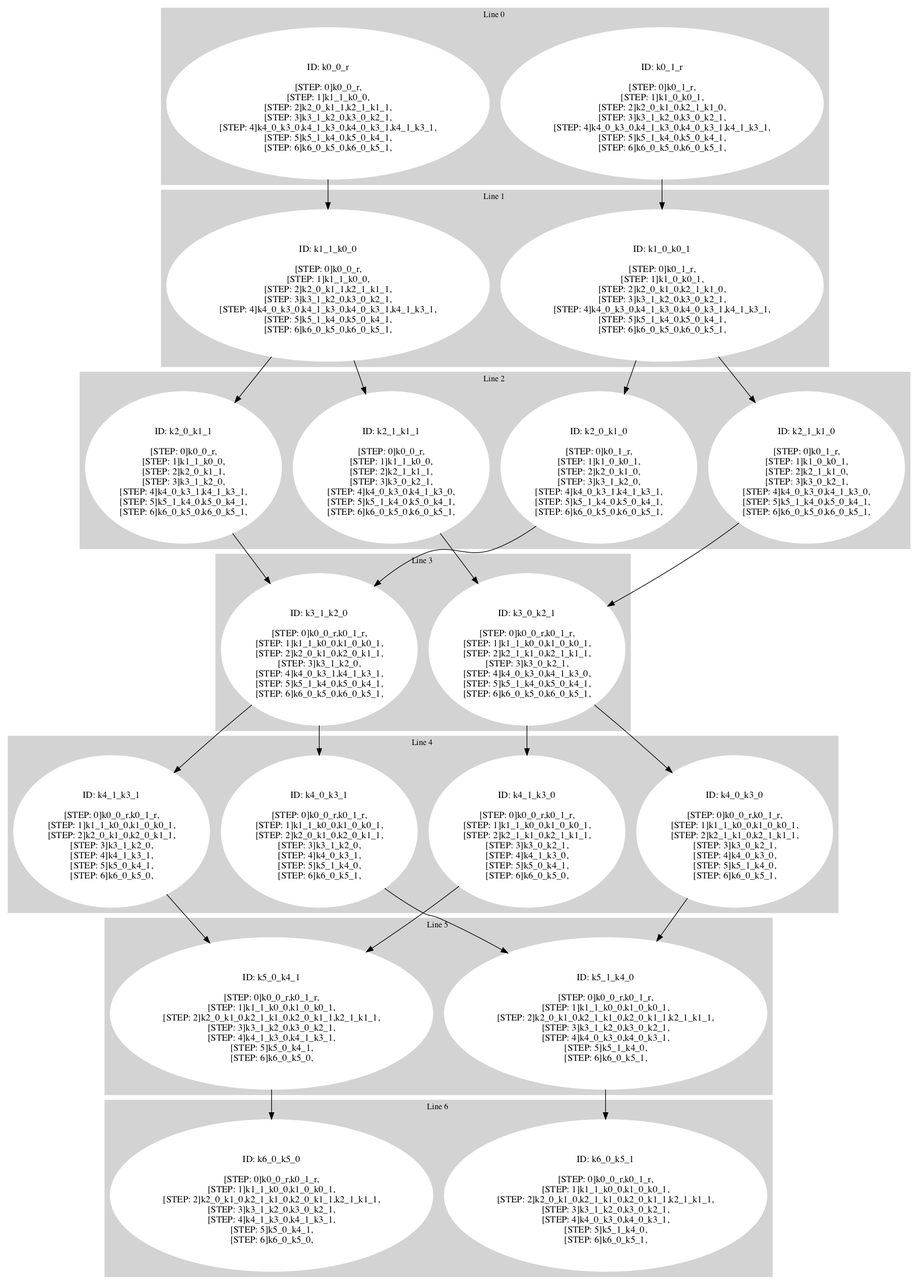
This is test_visual/sat_machine_simple_init.png from ricardombiot/3sat_machine_original_rs, a Graphviz export, as it was before one commit. Its source is kept beside it as test_visual/sat_machine_simple_init.dot.
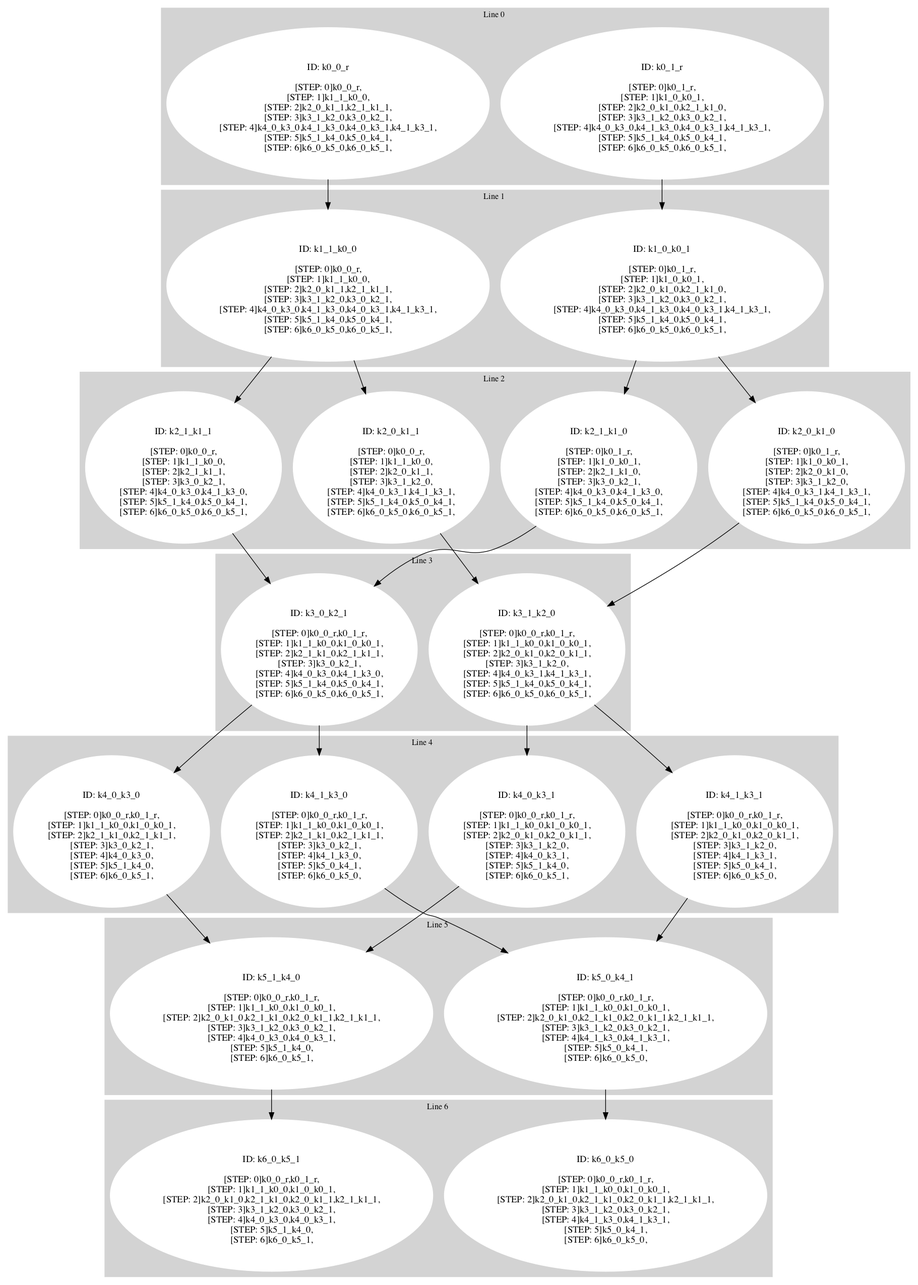
Later version of the same file.

Change to the diagram source:
```diff
@@ -28,18 +28,18 @@
  style=filled;
  color=lightgrey;
      node [style=filled,color=white];
-k1_1_k0_0 [label=<<BR /> ID: k1_1_k0_0 <BR /> <BR />
-[STEP: 0]k0_0_r,<BR />
-[STEP: 1]k1_1_k0_0,<BR />
-[STEP: 2]k2_0_k1_1,k2_1_k1_1,<BR />
+k1_0_k0_1 [label=<<BR /> ID: k1_0_k0_1 <BR /> <BR />
+[STEP: 0]k0_1_r,<BR />
+[STEP: 1]k1_0_k0_1,<BR />
+[STEP: 2]k2_0_k1_0,k2_1_k1_0,<BR />
 [STEP: 3]k3_1_k2_0,k3_0_k2_1,<BR />
 [STEP: 4]k4_0_k3_0,k4_1_k3_0,k4_0_k3_1,k4_1_k3_1,<BR />
 [STEP: 5]k5_1_k4_0,k5_0_k4_1,<BR />
 [STEP: 6]k6_0_k5_0,k6_0_k5_1,<BR />
->]k1_0_k0_1 [label=<<BR /> ID: k1_0_k0_1 <BR /> <BR />
-[STEP: 0]k0_1_r,<BR />
-[STEP: 1]k1_0_k0_1,<BR />
-[STEP: 2]k2_0_k1_0,k2_1_k1_0,<BR />
+>]k1_1_k0_0 [label=<<BR /> ID: k1_1_k0_0 <BR /> <BR />
+[STEP: 0]k0_0_r,<BR />
+[STEP: 1]k1_1_k0_0,<BR />
+[STEP: 2]k2_0_k1_1,k2_1_k1_1,<BR />
 [STEP: 3]k3_1_k2_0,k3_0_k2_1,<BR />
 [STEP: 4]k4_0_k3_0,k4_1_k3_0,k4_0_k3_1,k4_1_k3_1,<BR />
 [STEP: 5]k5_1_k4_0,k5_0_k4_1,<BR />
@@ -52,18 +52,18 @@
  style=filled;
  color=lightgrey;
      node [style=filled,color=white];
-k2_1_k1_0 [label=<<BR /> ID: k2_1_k1_0 <BR /> <BR />
+k2_0_k1_1 [label=<<BR /> ID: k2_0_k1_1 <BR /> <BR />
+[STEP: 0]k0_0_r,<BR />
+[STEP: 1]k1_1_k0_0,<BR />
+[STEP: 2]k2_0_k1_1,<BR />
+[STEP: 3]k3_1_k2_0,<BR />
+[STEP: 4]k4_0_k3_1,k4_1_k3_1,<BR />
+[STEP: 5]k5_1_k4_0,k5_0_k4_1,<BR />
+[STEP: 6]k6_0_k5_0,k6_0_k5_1,<BR />
+>]k2_1_k1_0 [label=<<BR /> ID: k2_1_k1_0 <BR /> <BR />
 [STEP: 0]k0_1_r,<BR />
 [STEP: 1]k1_0_k0_1,<BR />
 [STEP: 2]k2_1_k1_0,<BR />
-[STEP: 3]k3_0_k2_1,<BR />
-[STEP: 4]k4_0_k3_0,k4_1_k3_0,<BR />
-[STEP: 5]k5_1_k4_0,k5_0_k4_1,<BR />
-[STEP: 6]k6_0_k5_0,k6_0_k5_1,<BR />
->]k2_1_k1_1 [label=<<BR /> ID: k2_1_k1_1 <BR /> <BR />
-[STEP: 0]k0_0_r,<BR />
-[STEP: 1]k1_1_k0_0,<BR />
-[STEP: 2]k2_1_k1_1,<BR />
 [STEP: 3]k3_0_k2_1,<BR />
 [STEP: 4]k4_0_k3_0,k4_1_k3_0,<BR />
 [STEP: 5]k5_1_k4_0,k5_0_k4_1,<BR />
@@ -76,12 +76,12 @@
 [STEP: 4]k4_0_k3_1,k4_1_k3_1,<BR />
 [STEP: 5]k5_1_k4_0,k5_0_k4_1,<BR />
 [STEP: 6]k6_0_k5_0,k6_0_k5_1,<BR />
->]k2_0_k1_1 [label=<<BR /> ID: k2_0_k1_1 <BR /> <BR />
+>]k2_1_k1_1 [label=<<BR /> ID: k2_1_k1_1 <BR /> <BR />
 [STEP: 0]k0_0_r,<BR />
 [STEP: 1]k1_1_k0_0,<BR />
-[STEP: 2]k2_0_k1_1,<BR />
-[STEP: 3]k3_1_k2_0,<BR />
-[STEP: 4]k4_0_k3_1,k4_1_k3_1,<BR />
+[STEP: 2]k2_1_k1_1,<BR />
+[STEP: 3]k3_0_k2_1,<BR />
+[STEP: 4]k4_0_k3_0,k4_1_k3_0,<BR />
 [STEP: 5]k5_1_k4_0,k5_0_k4_1,<BR />
 [STEP: 6]k6_0_k5_0,k6_0_k5_1,<BR />
 >]
@@ -92,20 +92,20 @@
  style=filled;
  color=lightgrey;
      node [style=filled,color=white];
-k3_0_k2_1 [label=<<BR /> ID: k3_0_k2_1 <BR /> <BR />
+k3_1_k2_0 [label=<<BR /> ID: k3_1_k2_0 <BR /> <BR />
+[STEP: 0]k0_0_r,k0_1_r,<BR />
+[STEP: 1]k1_1_k0_0,k1_0_k0_1,<BR />
+[STEP: 2]k2_0_k1_0,k2_0_k1_1,<BR />
+[STEP: 3]k3_1_k2_0,<BR />
+[STEP: 4]k4_0_k3_1,k4_1_k3_1,<BR />
+[STEP: 5]k5_1_k4_0,k5_0_k4_1,<BR />
+[STEP: 6]k6_0_k5_0,k6_0_k5_1,<BR />
+>]k3_0_k2_1 [label=<<BR /> ID: k3_0_k2_1 <BR /> <BR />
 [STEP: 0]k0_0_r,k0_1_r,<BR />
 [STEP: 1]k1_1_k0_0,k1_0_k0_1,<BR />
 [STEP: 2]k2_1_k1_0,k2_1_k1_1,<BR />
 [STEP: 3]k3_0_k2_1,<BR />
 [STEP: 4]k4_0_k3_0,k4_1_k3_0,<BR />
-[STEP: 5]k5_1_k4_0,k5_0_k4_1,<BR />
-[STEP: 6]k6_0_k5_0,k6_0_k5_1,<BR />
->]k3_1_k2_0 [label=<<BR /> ID: k3_1_k2_0 <BR /> <BR />
-[STEP: 0]k0_0_r,k0_1_r,<BR />
-[STEP: 1]k1_1_k0_0,k1_0_k0_1,<BR />
-[STEP: 2]k2_0_k1_0,k2_0_k1_1,<BR />
-[STEP: 3]k3_1_k2_0,<BR />
-[STEP: 4]k4_0_k3_1,k4_1_k3_1,<BR />
 [STEP: 5]k5_1_k4_0,k5_0_k4_1,<BR />
 [STEP: 6]k6_0_k5_0,k6_0_k5_1,<BR />
 >]
@@ -116,7 +116,23 @@
  style=filled;
  color=lightgrey;
      node [style=filled,color=white];
-k4_1_k3_0 [label=<<BR /> ID: k4_1_k3_0 <BR /> <BR />
+k4_0_k3_1 [label=<<BR /> ID: k4_0_k3_1 <BR /> <BR />
+[STEP: 0]k0_0_r,k0_1_r,<BR />
+[STEP: 1]k1_1_k0_0,k1_0_k0_1,<BR />
+[STEP: 2]k2_0_k1_0,k2_0_k1_1,<BR />
+[STEP: 3]k3_1_k2_0,<BR />
+[STEP: 4]k4_0_k3_1,<BR />
+[STEP: 5]k5_1_k4_0,<BR />
+[STEP: 6]k6_0_k5_1,<BR />
+>]k4_0_k3_0 [label=<<BR /> ID: k4_0_k3_0 <BR /> <BR />
+[STEP: 0]k0_0_r,k0_1_r,<BR />
+[STEP: 1]k1_1_k0_0,k1_0_k0_1,<BR />
+[STEP: 2]k2_1_k1_0,k2_1_k1_1,<BR />
+[STEP: 3]k3_0_k2_1,<BR />
+[STEP: 4]k4_0_k3_0,<BR />
+[STEP: 5]k5_1_k4_0,<BR />
+[STEP: 6]k6_0_k5_1,<BR />
+>]k4_1_k3_0 [label=<<BR /> ID: k4_1_k3_0 <BR /> <BR />
 [STEP: 0]k0_0_r,k0_1_r,<BR />
 [STEP: 1]k1_1_k0_0,k1_0_k0_1,<BR />
 [STEP: 2]k2_1_k1_0,k2_1_k1_1,<BR />
@@ -132,22 +148,6 @@
 [STEP: 4]k4_1_k3_1,<BR />
 [STEP: 5]k5_0_k4_1,<BR />
 [STEP: 6]k6_0_k5_0,<BR />
->]k4_0_k3_1 [label=<<BR /> ID: k4_0_k3_1 <BR /> <BR />
-[STEP: 0]k0_0_r,k0_1_r,<BR />
-[STEP: 1]k1_1_k0_0,k1_0_k0_1,<BR />
-[STEP: 2]k2_0_k1_0,k2_0_k1_1,<BR />
-[STEP: 3]k3_1_k2_0,<BR />
-[STEP: 4]k4_0_k3_1,<BR />
-[STEP: 5]k5_1_k4_0,<BR />
-[STEP: 6]k6_0_k5_1,<BR />
->]k4_0_k3_0 [label=<<BR /> ID: k4_0_k3_0 <BR /> <BR />
-[STEP: 0]k0_0_r,k0_1_r,<BR />
-[STEP: 1]k1_1_k0_0,k1_0_k0_1,<BR />
-[STEP: 2]k2_1_k1_0,k2_1_k1_1,<BR />
-[STEP: 3]k3_0_k2_1,<BR />
-[STEP: 4]k4_0_k3_0,<BR />
-[STEP: 5]k5_1_k4_0,<BR />
-[STEP: 6]k6_0_k5_1,<BR />
 >]
      fontsize="12"
      label = "Line 4 "
@@ -156,7 +156,15 @@
  style=filled;
  color=lightgrey;
      node [style=filled,color=white];
-k5_1_k4_0 [label=<<BR /> ID: k5_1_k4_0 <BR /> <BR />
+k5_0_k4_1 [label=<<BR /> ID: k5_0_k4_1 <BR /> <BR />
+[STEP: 0]k0_0_r,k0_1_r,<BR />
+[STEP: 1]k1_1_k0_0,k1_0_k0_1,<BR />
+[STEP: 2]k2_0_k1_0,k2_1_k1_0,k2_0_k1_1,k2_1_k1_1,<BR />
+[STEP: 3]k3_1_k2_0,k3_0_k2_1,<BR />
+[STEP: 4]k4_1_k3_0,k4_1_k3_1,<BR />
+[STEP: 5]k5_0_k4_1,<BR />
+[STEP: 6]k6_0_k5_0,<BR />
+>]k5_1_k4_0 [label=<<BR /> ID: k5_1_k4_0 <BR /> <BR />
 [STEP: 0]k0_0_r,k0_1_r,<BR />
 [STEP: 1]k1_1_k0_0,k1_0_k0_1,<BR />
 [STEP: 2]k2_0_k1_0,k2_1_k1_0,k2_0_k1_1,k2_1_k1_1,<BR />
@@ -164,14 +172,6 @@
 [STEP: 4]k4_0_k3_0,k4_0_k3_1,<BR />
 [STEP: 5]k5_1_k4_0,<BR />
 [STEP: 6]k6_0_k5_1,<BR />
->]k5_0_k4_1 [label=<<BR /> ID: k5_0_k4_1 <BR /> <BR />
-[STEP: 0]k0_0_r,k0_1_r,<BR />
-[STEP: 1]k1_1_k0_0,k1_0_k0_1,<BR />
-[STEP: 2]k2_0_k1_0,k2_1_k1_0,k2_0_k1_1,k2_1_k1_1,<BR />
-[STEP: 3]k3_1_k2_0,k3_0_k2_1,<BR />
-[STEP: 4]k4_1_k3_0,k4_1_k3_1,<BR />
-[STEP: 5]k5_0_k4_1,<BR />
-[STEP: 6]k6_0_k5_0,<BR />
 >]
      fontsize="12"
      label = "Line 5 "
@@ -202,22 +202,22 @@
  }
 k0_1_r -> k1_0_k0_1
 k0_0_r -> k1_1_k0_0
+k1_0_k0_1 -> k2_1_k1_0
+k1_0_k0_1 -> k2_0_k1_0
 k1_1_k0_0 -> k2_0_k1_1
 k1_1_k0_0 -> k2_1_k1_1
-k1_0_k0_1 -> k2_1_k1_0
-k1_0_k0_1 -> k2_0_k1_0
+k2_0_k1_1 -> k3_1_k2_0
 k2_1_k1_0 -> k3_0_k2_1
+k2_0_k1_0 -> k3_1_k2_0
 k2_1_k1_1 -> k3_0_k2_1
-k2_0_k1_0 -> k3_1_k2_0
-k2_0_k1_1 -> k3_1_k2_0
+k3_1_k2_0 -> k4_1_k3_1
+k3_1_k2_0 -> k4_0_k3_1
+k3_0_k2_1 -> k4_0_k3_0
 k3_0_k2_1 -> k4_1_k3_0
-k3_0_k2_1 -> k4_0_k3_0
-k3_1_k2_0 -> k4_0_k3_1
-k3_1_k2_0 -> k4_1_k3_1
+k4_0_k3_1 -> k5_1_k4_0
+k4_0_k3_0 -> k5_1_k4_0
 k4_1_k3_0 -> k5_0_k4_1
 k4_1_k3_1 -> k5_0_k4_1
-k4_0_k3_1 -> k5_1_k4_0
-k4_0_k3_0 -> k5_1_k4_0
+k5_0_k4_1 -> k6_0_k5_0
 k5_1_k4_0 -> k6_0_k5_1
-k5_0_k4_1 -> k6_0_k5_0
 }
```
